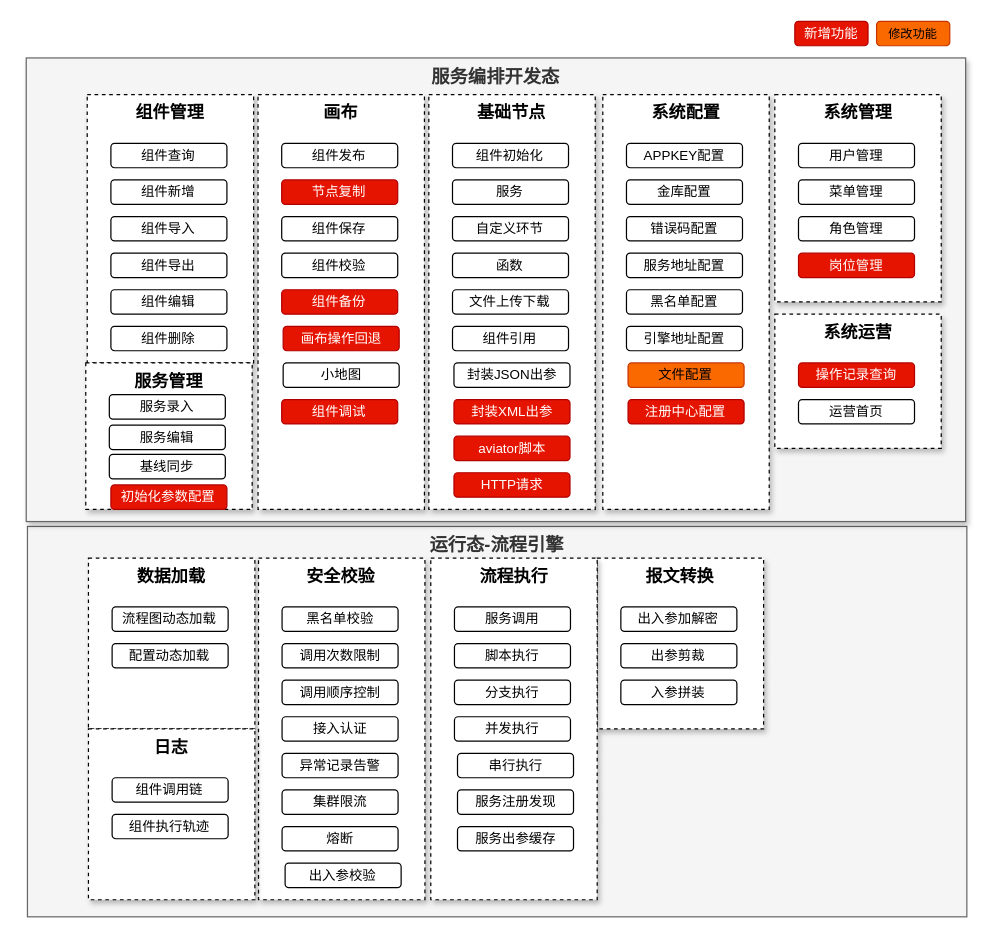
This is 服务编排V2.drawio from qymmdj/draw-io, a draw.io file, before an edit. Source tidied: cells renumbered, new cells numbered last; positions are measured from the earlier drawing's top-left corner, leaving out a move shared by most shapes. Both pictures are drawn from the tidied source at 122%, with x=0, y=0 at pixel (26, 21).
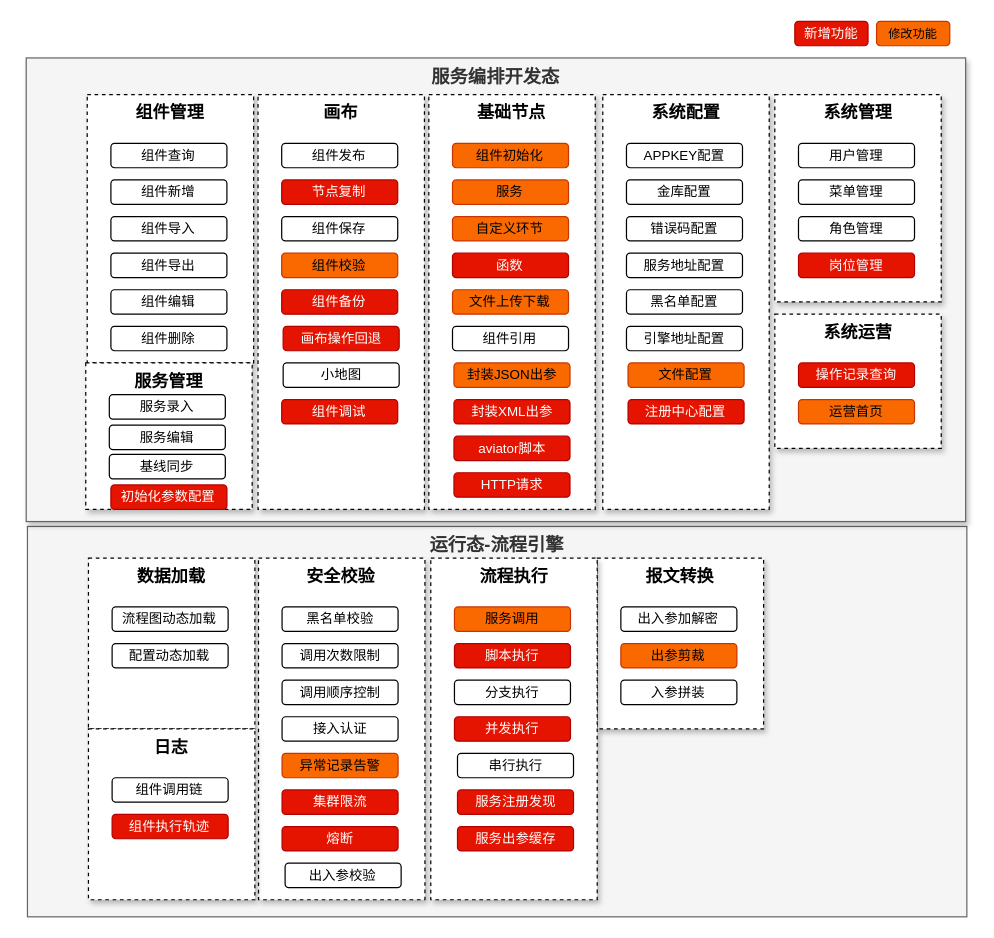
The same diagram, later.

Commit message (it also covers changes not shown here):
更新服务编排V2.drawio

Change to the diagram source:
```diff
@@
-    <mxCell id="17" value="&lt;font style=&quot;font-size: 11px&quot;&gt;组件校验&lt;/font&gt;" style="rounded=1;whiteSpace=wrap;html=1;fontSize=10;shadow=0;" parent="1" vertex="1">
+    <mxCell id="17" value="&lt;font style=&quot;font-size: 11px&quot;&gt;组件校验&lt;/font&gt;" style="rounded=1;whiteSpace=wrap;html=1;fontSize=10;shadow=0;fillColor=#fa6800;fontColor=#000000;strokeColor=#C73500;" parent="1" vertex="1">
       <mxGeometry x="209.4" y="190" width="95.1" height="20" as="geometry" />
     </mxCell>
@@
-    <mxCell id="22" value="&lt;font style=&quot;font-size: 11px&quot;&gt;组件初始化&lt;/font&gt;" style="rounded=1;whiteSpace=wrap;html=1;fontSize=10;shadow=0;" parent="1" vertex="1">
+    <mxCell id="22" value="&lt;font style=&quot;font-size: 11px&quot;&gt;组件初始化&lt;/font&gt;" style="rounded=1;whiteSpace=wrap;html=1;fontSize=10;shadow=0;fillColor=#fa6800;fontColor=#000000;strokeColor=#C73500;" parent="1" vertex="1">
       <mxGeometry x="349.4" y="100" width="95.1" height="20" as="geometry" />
     </mxCell>
-    <mxCell id="23" value="&lt;font style=&quot;font-size: 11px&quot;&gt;服务&lt;/font&gt;" style="rounded=1;whiteSpace=wrap;html=1;fontSize=10;shadow=0;" parent="1" vertex="1">
+    <mxCell id="23" value="&lt;font style=&quot;font-size: 11px&quot;&gt;服务&lt;/font&gt;" style="rounded=1;whiteSpace=wrap;html=1;fontSize=10;shadow=0;fillColor=#fa6800;fontColor=#000000;strokeColor=#C73500;" parent="1" vertex="1">
       <mxGeometry x="349.4" y="130" width="95.1" height="20" as="geometry" />
     </mxCell>
-    <mxCell id="24" value="&lt;font style=&quot;font-size: 11px&quot;&gt;自定义环节&lt;/font&gt;" style="rounded=1;whiteSpace=wrap;html=1;fontSize=10;shadow=0;" parent="1" vertex="1">
+    <mxCell id="24" value="&lt;font style=&quot;font-size: 11px&quot;&gt;自定义环节&lt;/font&gt;" style="rounded=1;whiteSpace=wrap;html=1;fontSize=10;shadow=0;fillColor=#fa6800;fontColor=#000000;strokeColor=#C73500;" parent="1" vertex="1">
       <mxGeometry x="349.4" y="160" width="95.1" height="20" as="geometry" />
     </mxCell>
-    <mxCell id="25" value="&lt;font style=&quot;font-size: 11px&quot;&gt;函数&lt;/font&gt;" style="rounded=1;whiteSpace=wrap;html=1;fontSize=10;shadow=0;" parent="1" vertex="1">
+    <mxCell id="25" value="&lt;font style=&quot;font-size: 11px&quot;&gt;函数&lt;/font&gt;" style="rounded=1;whiteSpace=wrap;html=1;fontSize=10;shadow=0;fillColor=#e51400;fontColor=#ffffff;strokeColor=#B20000;" parent="1" vertex="1">
       <mxGeometry x="349.4" y="190" width="95.1" height="20" as="geometry" />
     </mxCell>
-    <mxCell id="26" value="&lt;font style=&quot;font-size: 11px&quot;&gt;文件上传下载&lt;/font&gt;" style="rounded=1;whiteSpace=wrap;html=1;fontSize=10;shadow=0;" parent="1" vertex="1">
+    <mxCell id="26" value="&lt;font style=&quot;font-size: 11px&quot;&gt;文件上传下载&lt;/font&gt;" style="rounded=1;whiteSpace=wrap;html=1;fontSize=10;shadow=0;fillColor=#fa6800;fontColor=#000000;strokeColor=#C73500;" parent="1" vertex="1">
       <mxGeometry x="349.4" y="220" width="95.1" height="20" as="geometry" />
     </mxCell>
@@
-    <mxCell id="28" value="&lt;font style=&quot;font-size: 11px&quot;&gt;封装JSON出参&lt;/font&gt;" style="rounded=1;whiteSpace=wrap;html=1;fontSize=10;shadow=0;" parent="1" vertex="1">
+    <mxCell id="28" value="&lt;font style=&quot;font-size: 11px&quot;&gt;封装JSON出参&lt;/font&gt;" style="rounded=1;whiteSpace=wrap;html=1;fontSize=10;shadow=0;fillColor=#fa6800;fontColor=#000000;strokeColor=#C73500;" parent="1" vertex="1">
       <mxGeometry x="350.6" y="280" width="95.1" height="20" as="geometry" />
     </mxCell>
@@
-    <mxCell id="49" value="&lt;font style=&quot;font-size: 11px&quot;&gt;运营首页&lt;/font&gt;" style="rounded=1;whiteSpace=wrap;html=1;fontSize=10;shadow=0;" parent="1" vertex="1">
+    <mxCell id="49" value="&lt;font style=&quot;font-size: 11px&quot;&gt;运营首页&lt;/font&gt;" style="rounded=1;whiteSpace=wrap;html=1;fontSize=10;shadow=0;fillColor=#fa6800;fontColor=#000000;strokeColor=#C73500;" parent="1" vertex="1">
       <mxGeometry x="633" y="310" width="95.1" height="20" as="geometry" />
     </mxCell>
@@
-    <mxCell id="58" value="&lt;font style=&quot;font-size: 11px&quot;&gt;异常记录告警&lt;/font&gt;" style="rounded=1;whiteSpace=wrap;html=1;fontSize=10;shadow=0;" parent="1" vertex="1">
+    <mxCell id="58" value="&lt;font style=&quot;font-size: 11px&quot;&gt;异常记录告警&lt;/font&gt;" style="rounded=1;whiteSpace=wrap;html=1;fontSize=10;shadow=0;fillColor=#fa6800;fontColor=#000000;strokeColor=#C73500;" parent="1" vertex="1">
       <mxGeometry x="209.7" y="600" width="95.1" height="20" as="geometry" />
     </mxCell>
-    <mxCell id="59" value="&lt;font style=&quot;font-size: 11px&quot;&gt;集群限流&lt;/font&gt;" style="rounded=1;whiteSpace=wrap;html=1;fontSize=10;shadow=0;" parent="1" vertex="1">
+    <mxCell id="59" value="&lt;font style=&quot;font-size: 11px&quot;&gt;集群限流&lt;/font&gt;" style="rounded=1;whiteSpace=wrap;html=1;fontSize=10;shadow=0;fillColor=#e51400;fontColor=#ffffff;strokeColor=#B20000;" parent="1" vertex="1">
       <mxGeometry x="209.7" y="630" width="95.1" height="20" as="geometry" />
     </mxCell>
-    <mxCell id="60" value="&lt;font style=&quot;font-size: 11px&quot;&gt;熔断&lt;/font&gt;" style="rounded=1;whiteSpace=wrap;html=1;fontSize=10;shadow=0;" parent="1" vertex="1">
+    <mxCell id="60" value="&lt;font style=&quot;font-size: 11px&quot;&gt;熔断&lt;/font&gt;" style="rounded=1;whiteSpace=wrap;html=1;fontSize=10;shadow=0;fillColor=#e51400;fontColor=#ffffff;strokeColor=#B20000;" parent="1" vertex="1">
       <mxGeometry x="209.7" y="660" width="95.1" height="20" as="geometry" />
     </mxCell>
@@
-    <mxCell id="64" value="&lt;font style=&quot;font-size: 11px&quot;&gt;出参剪裁&lt;/font&gt;" style="rounded=1;whiteSpace=wrap;html=1;fontSize=10;shadow=0;" parent="1" vertex="1">
+    <mxCell id="64" value="&lt;font style=&quot;font-size: 11px&quot;&gt;出参剪裁&lt;/font&gt;" style="rounded=1;whiteSpace=wrap;html=1;fontSize=10;shadow=0;fillColor=#fa6800;fontColor=#000000;strokeColor=#C73500;" parent="1" vertex="1">
       <mxGeometry x="487.4" y="510" width="95.1" height="20" as="geometry" />
     </mxCell>
@@
-    <mxCell id="67" value="&lt;font style=&quot;font-size: 11px&quot;&gt;服务调用&lt;/font&gt;" style="rounded=1;whiteSpace=wrap;html=1;fontSize=10;shadow=0;" parent="1" vertex="1">
+    <mxCell id="67" value="&lt;font style=&quot;font-size: 11px&quot;&gt;服务调用&lt;/font&gt;" style="rounded=1;whiteSpace=wrap;html=1;fontSize=10;shadow=0;fillColor=#fa6800;fontColor=#000000;strokeColor=#C73500;" parent="1" vertex="1">
       <mxGeometry x="351" y="480" width="95.1" height="20" as="geometry" />
     </mxCell>
-    <mxCell id="68" value="&lt;font style=&quot;font-size: 11px&quot;&gt;脚本执行&lt;/font&gt;" style="rounded=1;whiteSpace=wrap;html=1;fontSize=10;shadow=0;" parent="1" vertex="1">
+    <mxCell id="68" value="&lt;font style=&quot;font-size: 11px&quot;&gt;脚本执行&lt;/font&gt;" style="rounded=1;whiteSpace=wrap;html=1;fontSize=10;shadow=0;fillColor=#e51400;fontColor=#ffffff;strokeColor=#B20000;" parent="1" vertex="1">
       <mxGeometry x="351" y="510" width="95.1" height="20" as="geometry" />
     </mxCell>
@@
-    <mxCell id="70" value="&lt;font style=&quot;font-size: 11px&quot;&gt;并发执行&lt;/font&gt;" style="rounded=1;whiteSpace=wrap;html=1;fontSize=10;shadow=0;" parent="1" vertex="1">
+    <mxCell id="70" value="&lt;font style=&quot;font-size: 11px&quot;&gt;并发执行&lt;/font&gt;" style="rounded=1;whiteSpace=wrap;html=1;fontSize=10;shadow=0;fillColor=#e51400;fontColor=#ffffff;strokeColor=#B20000;" parent="1" vertex="1">
       <mxGeometry x="351" y="570" width="95.1" height="20" as="geometry" />
     </mxCell>
@@
-    <mxCell id="72" value="&lt;font style=&quot;font-size: 11px&quot;&gt;服务注册发现&lt;/font&gt;" style="rounded=1;whiteSpace=wrap;html=1;fontSize=10;shadow=0;" parent="1" vertex="1">
+    <mxCell id="72" value="&lt;font style=&quot;font-size: 11px&quot;&gt;服务注册发现&lt;/font&gt;" style="rounded=1;whiteSpace=wrap;html=1;fontSize=10;shadow=0;fillColor=#e51400;fontColor=#ffffff;strokeColor=#B20000;" parent="1" vertex="1">
       <mxGeometry x="353.5" y="630" width="95.1" height="20" as="geometry" />
     </mxCell>
-    <mxCell id="73" value="&lt;font style=&quot;font-size: 11px&quot;&gt;服务出参缓存&lt;/font&gt;" style="rounded=1;whiteSpace=wrap;html=1;fontSize=10;shadow=0;" parent="1" vertex="1">
+    <mxCell id="73" value="&lt;font style=&quot;font-size: 11px&quot;&gt;服务出参缓存&lt;/font&gt;" style="rounded=1;whiteSpace=wrap;html=1;fontSize=10;shadow=0;fillColor=#e51400;fontColor=#ffffff;strokeColor=#B20000;" parent="1" vertex="1">
       <mxGeometry x="353.5" y="660" width="95.1" height="20" as="geometry" />
     </mxCell>
@@
-    <mxCell id="76" value="&lt;font style=&quot;font-size: 11px&quot;&gt;组件执行轨迹&lt;/font&gt;" style="rounded=1;whiteSpace=wrap;html=1;fontSize=10;shadow=0;" parent="1" vertex="1">
+    <mxCell id="76" value="&lt;font style=&quot;font-size: 11px&quot;&gt;组件执行轨迹&lt;/font&gt;" style="rounded=1;whiteSpace=wrap;html=1;fontSize=10;shadow=0;fillColor=#e51400;fontColor=#ffffff;strokeColor=#B20000;" parent="1" vertex="1">
       <mxGeometry x="70.4" y="650" width="95.1" height="20" as="geometry" />
     </mxCell>
```
